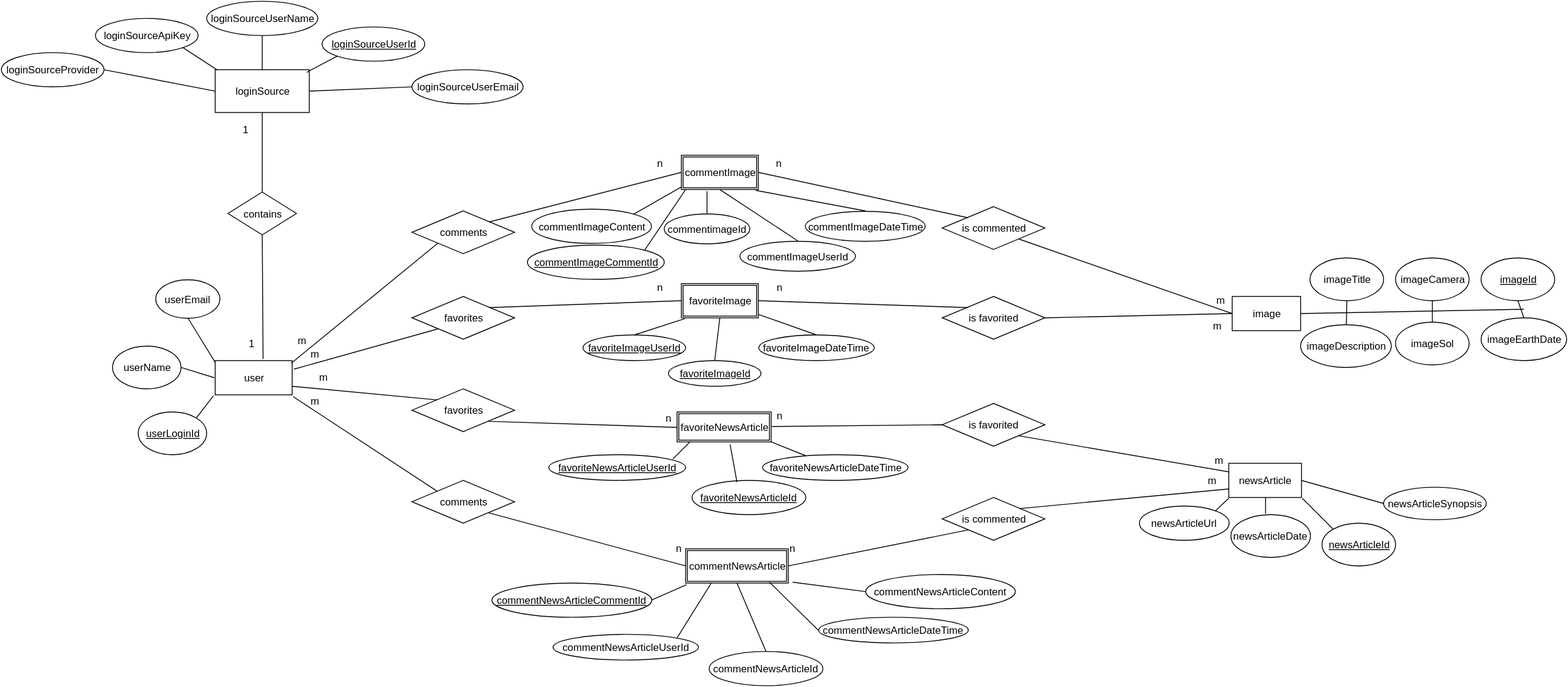
jordanv215/team-curiosity keeps this draw.io diagram as epic/media/entity-relationship-diagram.svg. Above is the earlier version. Source tidied: cells renumbered, new cells last; positions are measured from the earlier drawing's top-left corner, leaving out a move shared by most shapes.
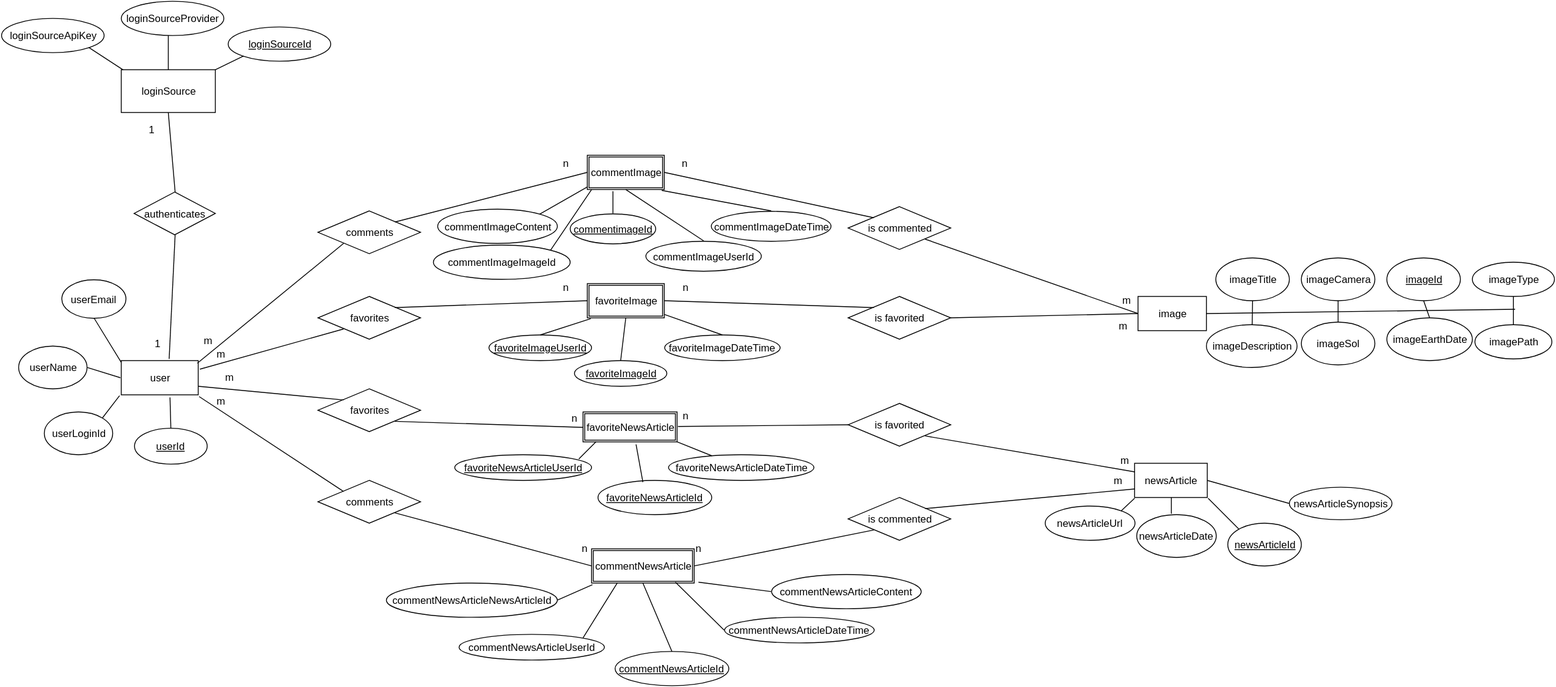
The same diagram one commit later.

Diff of the diagram source:
```diff
@@ -26,7 +26,7 @@
     <mxCell id="9" value="userName" style="ellipse;whiteSpace=wrap;html=1;" parent="1" vertex="1">
       <mxGeometry x="130" y="403" width="80" height="50" as="geometry" />
     </mxCell>
-    <mxCell id="10" value="&lt;u&gt;userLoginId&lt;/u&gt;" style="ellipse;whiteSpace=wrap;html=1;" parent="1" vertex="1">
+    <mxCell id="10" value="userLoginId" style="ellipse;whiteSpace=wrap;html=1;" parent="1" vertex="1">
       <mxGeometry x="160" y="480" width="80" height="50" as="geometry" />
     </mxCell>
     <mxCell id="11" value="commentImage" style="shape=ext;double=1;whiteSpace=wrap;html=1;" parent="1" vertex="1">
@@ -86,7 +86,7 @@
     <mxCell id="29" value="commentImageUserId" style="ellipse;whiteSpace=wrap;html=1;" parent="1" vertex="1">
       <mxGeometry x="863" y="280" width="135" height="35" as="geometry" />
     </mxCell>
-    <mxCell id="30" value="commentimageId" style="ellipse;whiteSpace=wrap;html=1;" parent="1" vertex="1">
+    <mxCell id="30" value="&lt;u&gt;commentimageId&lt;/u&gt;" style="ellipse;whiteSpace=wrap;html=1;" parent="1" vertex="1">
       <mxGeometry x="775" y="248" width="100" height="35" as="geometry" />
     </mxCell>
     <mxCell id="31" value="favoriteNewsArticleDateTime" style="ellipse;whiteSpace=wrap;html=1;" parent="1" vertex="1">
@@ -140,7 +140,7 @@
     <mxCell id="45" value="&lt;u&gt;favoriteNewsArticleId&lt;/u&gt;" style="ellipse;whiteSpace=wrap;html=1;" parent="1" vertex="1">
       <mxGeometry x="807" y="560" width="133" height="40" as="geometry" />
     </mxCell>
-    <mxCell id="46" value="commentNewsArticleId" style="ellipse;whiteSpace=wrap;html=1;" parent="1" vertex="1">
+    <mxCell id="46" value="&lt;u&gt;commentNewsArticleId&lt;/u&gt;" style="ellipse;whiteSpace=wrap;html=1;" parent="1" vertex="1">
       <mxGeometry x="827" y="760" width="133" height="40" as="geometry" />
     </mxCell>
     <mxCell id="47" style="endArrow=none;html=1;entryX=0;entryY=0;exitX=1;exitY=0.75;" parent="1" edge="1" source="4" target="6">
@@ -219,7 +219,7 @@
     </mxCell>
     <mxCell id="70" style="endArrow=none;html=1;exitX=1;exitY=0.5;" parent="1" edge="1" source="3">
       <mxGeometry relative="1" as="geometry">
-        <mxPoint x="1780" y="360" as="targetPoint" />
+        <mxPoint x="1880" y="360" as="targetPoint" />
       </mxGeometry>
     </mxCell>
     <mxCell id="71" style="endArrow=none;html=1;entryX=0;entryY=1.025;entryPerimeter=0;exitX=1;exitY=0;" parent="1" edge="1" source="23" target="2">
@@ -296,7 +296,7 @@
     <mxCell id="94" style="endArrow=none;html=1;entryX=0;entryY=0.05;entryPerimeter=0;exitX=0.5;exitY=1;" parent="1" edge="1" source="93" target="4">
       <mxGeometry relative="1" as="geometry" />
     </mxCell>
-    <mxCell id="95" value="&lt;u&gt;commentImageCommentId&lt;/u&gt;" style="ellipse;whiteSpace=wrap;html=1;" parent="1" vertex="1">
+    <mxCell id="95" value="commentImageImageId" style="ellipse;whiteSpace=wrap;html=1;" parent="1" vertex="1">
       <mxGeometry x="615" y="285" width="160" height="40" as="geometry" />
     </mxCell>
     <mxCell id="96" value="commentImageContent&lt;br&gt;" style="ellipse;whiteSpace=wrap;html=1;" parent="1" vertex="1">
@@ -313,8 +313,8 @@
     <mxCell id="99" value="commentNewsArticleContent&lt;br&gt;" style="ellipse;whiteSpace=wrap;html=1;" parent="1" vertex="1">
       <mxGeometry x="1010" y="670" width="175" height="40" as="geometry" />
     </mxCell>
-    <mxCell id="100" value="&lt;u&gt;commentNewsArticleCommentId&lt;/u&gt;" style="ellipse;whiteSpace=wrap;html=1;" parent="1" vertex="1">
-      <mxGeometry x="573" y="680" width="187" height="40" as="geometry" />
+    <mxCell id="100" value="commentNewsArticleNewsArticleId" style="ellipse;whiteSpace=wrap;html=1;" parent="1" vertex="1">
+      <mxGeometry x="560" y="680" width="200" height="40" as="geometry" />
     </mxCell>
     <mxCell id="101" style="endArrow=none;html=1;entryX=0.01;entryY=1.05;entryPerimeter=0;exitX=1;exitY=0.5;" parent="1" edge="1" source="100" target="16">
       <mxGeometry relative="1" as="geometry" />
@@ -331,36 +331,26 @@
     <mxCell id="105" value="loginSource" style="whiteSpace=wrap;html=1;" parent="1" vertex="1">
       <mxGeometry x="250" y="80" width="110" height="50" as="geometry" />
     </mxCell>
-    <mxCell id="106" value="contains" style="rhombus;whiteSpace=wrap;html=1;" parent="1" vertex="1">
-      <mxGeometry x="265" y="223" width="80" height="50" as="geometry" />
+    <mxCell id="106" value="authenticates" style="rhombus;whiteSpace=wrap;html=1;" parent="1" vertex="1">
+      <mxGeometry x="265" y="223" width="95" height="50" as="geometry" />
     </mxCell>
-    <mxCell id="107" value="loginSourceProvider" style="ellipse;whiteSpace=wrap;html=1;" parent="1" vertex="1">
-      <mxGeometry y="60" width="120" height="40" as="geometry" />
-    </mxCell>
     <mxCell id="108" value="loginSourceApiKey" style="ellipse;whiteSpace=wrap;html=1;" parent="1" vertex="1">
       <mxGeometry x="110" y="20" width="120" height="40" as="geometry" />
     </mxCell>
-    <mxCell id="109" value="&lt;u&gt;loginSourceUserId&lt;/u&gt;" style="ellipse;whiteSpace=wrap;html=1;" parent="1" vertex="1">
+    <mxCell id="109" value="&lt;u&gt;loginSourceId&lt;/u&gt;" style="ellipse;whiteSpace=wrap;html=1;" parent="1" vertex="1">
       <mxGeometry x="375" y="30" width="120" height="40" as="geometry" />
     </mxCell>
-    <mxCell id="110" value="loginSourceUserName" style="ellipse;whiteSpace=wrap;html=1;" parent="1" vertex="1">
-      <mxGeometry x="240" width="130" height="40" as="geometry" />
-    </mxCell>
-    <mxCell id="111" value="loginSourceUserEmail" style="ellipse;whiteSpace=wrap;html=1;" parent="1" vertex="1">
-      <mxGeometry x="480" y="80" width="130" height="40" as="geometry" />
-    </mxCell>
-    <mxCell id="112" style="endArrow=none;html=1;exitX=0;exitY=0.5;entryX=1;entryY=0.5;" parent="1" edge="1" source="105" target="107">
-      <mxGeometry relative="1" as="geometry" />
-    </mxCell>
     <mxCell id="113" style="endArrow=none;html=1;entryX=0.018;entryY=0;entryPerimeter=0;exitX=1;exitY=1;" parent="1" edge="1" source="108" target="105">
       <mxGeometry relative="1" as="geometry" />
     </mxCell>
-    <mxCell id="114" style="endArrow=none;html=1;entryX=0.5;entryY=1;exitX=0.5;exitY=0;" parent="1" edge="1" source="105" target="110">
-      <mxGeometry relative="1" as="geometry" />
+    <mxCell id="114" style="endArrow=none;html=1;entryX=0.5;entryY=1;exitX=0.5;exitY=0;" parent="1" edge="1" source="105">
+      <mxGeometry relative="1" as="geometry">
+        <mxPoint x="305" y="40" as="targetPoint" />
+      </mxGeometry>
     </mxCell>
     <mxCell id="115" style="endArrow=none;html=1;entryX=0;entryY=1;" parent="1" edge="1" target="109">
       <mxGeometry relative="1" as="geometry">
-        <mxPoint x="357" y="83" as="sourcePoint" />
+        <mxPoint x="360" y="80" as="sourcePoint" />
       </mxGeometry>
     </mxCell>
     <mxCell id="116" style="endArrow=none;html=1;exitX=0.5;exitY=0;entryX=0.5;entryY=1;" parent="1" edge="1" source="106" target="105">
@@ -369,14 +359,29 @@
     <mxCell id="117" style="endArrow=none;html=1;exitX=0.5;exitY=1;entryX=0.617;entryY=-0.057;entryPerimeter=0;" parent="1" edge="1" source="106" target="4">
       <mxGeometry relative="1" as="geometry" />
     </mxCell>
-    <mxCell id="118" style="endArrow=none;html=1;exitX=1;exitY=0.5;entryX=0;entryY=0.5;" parent="1" edge="1" source="105" target="111">
-      <mxGeometry relative="1" as="geometry" />
-    </mxCell>
     <mxCell id="119" value="1" style="text;html=1;strokeColor=none;fillColor=none;align=center;verticalAlign=middle;whiteSpace=wrap;overflow=hidden;" parent="1" vertex="1">
       <mxGeometry x="270" y="140" width="30" height="20" as="geometry" />
     </mxCell>
     <mxCell id="120" value="1" style="text;html=1;strokeColor=none;fillColor=none;align=center;verticalAlign=middle;whiteSpace=wrap;overflow=hidden;" parent="1" vertex="1">
       <mxGeometry x="280" y="390" width="25" height="20" as="geometry" />
     </mxCell>
+    <mxCell id="107" value="loginSourceProvider" style="ellipse;whiteSpace=wrap;html=1;" parent="1" vertex="1">
+      <mxGeometry x="250" width="120" height="40" as="geometry" />
+    </mxCell>
+    <mxCell id="121" value="&lt;u&gt;userId&lt;/u&gt;" style="ellipse;whiteSpace=wrap;html=1;" parent="1" vertex="1">
+      <mxGeometry x="265" y="499" width="85" height="42" as="geometry" />
+    </mxCell>
+    <mxCell id="122" style="endArrow=none;html=1;exitX=0.5;exitY=0;entryX=0.633;entryY=1.075;entryPerimeter=0;" parent="1" edge="1" source="121" target="4">
+      <mxGeometry relative="1" as="geometry" />
+    </mxCell>
+    <mxCell id="123" value="imageType" style="ellipse;whiteSpace=wrap;html=1;" parent="1" vertex="1">
+      <mxGeometry x="1830" y="305" width="96" height="40" as="geometry" />
+    </mxCell>
+    <mxCell id="124" value="imagePath" style="ellipse;whiteSpace=wrap;html=1;" parent="1" vertex="1">
+      <mxGeometry x="1833" y="378" width="90" height="40" as="geometry" />
+    </mxCell>
+    <mxCell id="125" style="endArrow=none;html=1;exitX=0.5;exitY=0;entryX=0.5;entryY=1;" parent="1" edge="1" source="124" target="123">
+      <mxGeometry relative="1" as="geometry" />
+    </mxCell>
   </root>
 </mxGraphModel>
```
